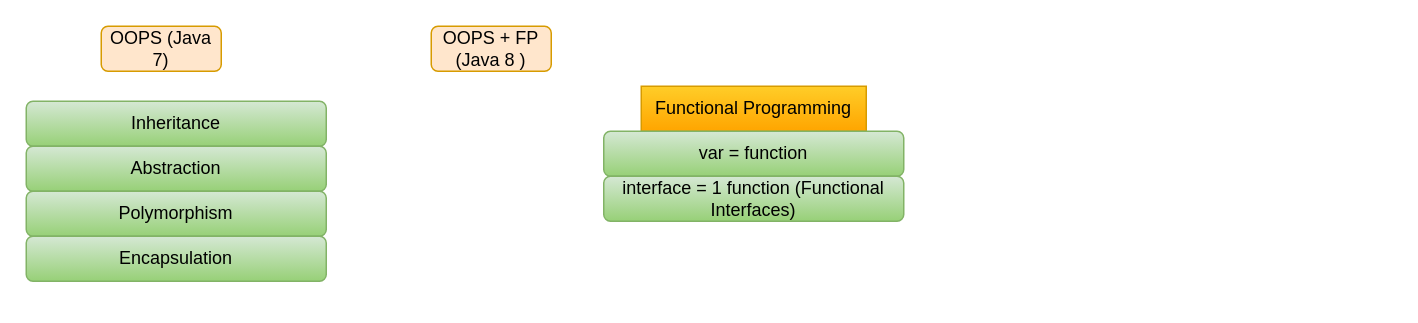
Earlier version of the draw.io diagram page "java 8" (11 of 11) of java/diagrams/java-workflow.drawio (aukokyong/jfs-master). Source tidied: cells renumbered, new cells numbered last; positions are measured from the earlier drawing's top-left corner, leaving out a move shared by most shapes. Both pictures are drawn from the tidied source at 150%, with x=0, y=0 at pixel (26, 26).
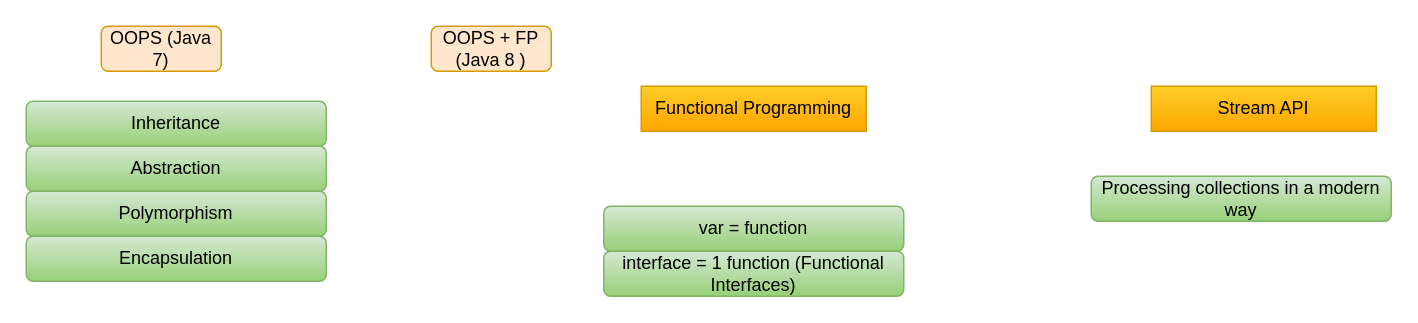
The same page after the edit.

Change to the diagram source:
```diff
@@
 <mxGraphModel>
   <root>
     <mxCell id="0" />
     <mxCell id="1" parent="0" />
     <mxCell id="2" value="OOPS (Java 7)" style="rounded=1;whiteSpace=wrap;html=1;fillColor=#ffe6cc;strokeColor=#d79b00;" parent="1" vertex="1">
       <mxGeometry x="50" width="80" height="30" as="geometry" />
     </mxCell>
     <mxCell id="3" value="Inheritance" style="rounded=1;whiteSpace=wrap;html=1;fillColor=#d5e8d4;strokeColor=#82b366;gradientColor=#97d077;" parent="1" vertex="1">
       <mxGeometry y="50" width="200" height="30" as="geometry" />
     </mxCell>
     <mxCell id="4" value="Abstraction" style="rounded=1;whiteSpace=wrap;html=1;fillColor=#d5e8d4;strokeColor=#82b366;gradientColor=#97d077;" parent="1" vertex="1">
       <mxGeometry y="80" width="200" height="30" as="geometry" />
     </mxCell>
     <mxCell id="5" value="Polymorphism" style="rounded=1;whiteSpace=wrap;html=1;fillColor=#d5e8d4;strokeColor=#82b366;gradientColor=#97d077;" parent="1" vertex="1">
       <mxGeometry y="110" width="200" height="30" as="geometry" />
     </mxCell>
     <mxCell id="6" value="Encapsulation" style="rounded=1;whiteSpace=wrap;html=1;fillColor=#d5e8d4;strokeColor=#82b366;gradientColor=#97d077;" parent="1" vertex="1">
       <mxGeometry y="140" width="200" height="30" as="geometry" />
     </mxCell>
     <mxCell id="7" value="OOPS + FP (Java 8 )" style="rounded=1;whiteSpace=wrap;html=1;fillColor=#ffe6cc;strokeColor=#d79b00;" parent="1" vertex="1">
       <mxGeometry x="270" width="80" height="30" as="geometry" />
     </mxCell>
     <mxCell id="8" value="Functional Programming" style="rounded=0;whiteSpace=wrap;html=1;gradientColor=#ffa500;fillColor=#ffcd28;strokeColor=#d79b00;" parent="1" vertex="1">
       <mxGeometry x="410" y="40" width="150" height="30" as="geometry" />
     </mxCell>
     <mxCell id="9" value="var = function" style="rounded=1;whiteSpace=wrap;html=1;fillColor=#d5e8d4;strokeColor=#82b366;gradientColor=#97d077;" parent="1" vertex="1">
-      <mxGeometry x="385" y="70" width="200" height="30" as="geometry" />
+      <mxGeometry x="385" y="120" width="200" height="30" as="geometry" />
     </mxCell>
     <mxCell id="10" value="interface = 1 function (Functional Interfaces)" style="rounded=1;whiteSpace=wrap;html=1;fillColor=#d5e8d4;strokeColor=#82b366;gradientColor=#97d077;" parent="1" vertex="1">
-      <mxGeometry x="385" y="100" width="200" height="30" as="geometry" />
+      <mxGeometry x="385" y="150" width="200" height="30" as="geometry" />
     </mxCell>
+    <mxCell id="11" value="Stream API" style="rounded=0;whiteSpace=wrap;html=1;gradientColor=#ffa500;fillColor=#ffcd28;strokeColor=#d79b00;" parent="1" vertex="1">
+      <mxGeometry x="750" y="40" width="150" height="30" as="geometry" />
+    </mxCell>
+    <mxCell id="12" value="Processing collections in a modern way" style="rounded=1;whiteSpace=wrap;html=1;fillColor=#d5e8d4;strokeColor=#82b366;gradientColor=#97d077;" parent="1" vertex="1">
+      <mxGeometry x="710" y="100" width="200" height="30" as="geometry" />
+    </mxCell>
   </root>
 </mxGraphModel>
```
